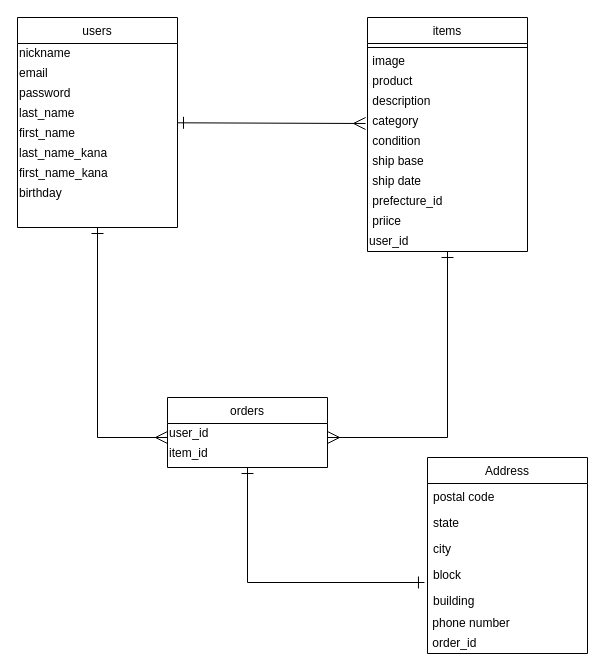
putaro1222/furima-35242 keeps this draw.io diagram as furima-35242.dio. Above is the earlier version. Source tidied: cells renumbered, new cells numbered last; positions are measured from the earlier drawing's top-left corner, leaving out a move shared by most shapes. Both pictures are drawn from the tidied source at 100%, with x=0, y=0 at pixel (17, 17).
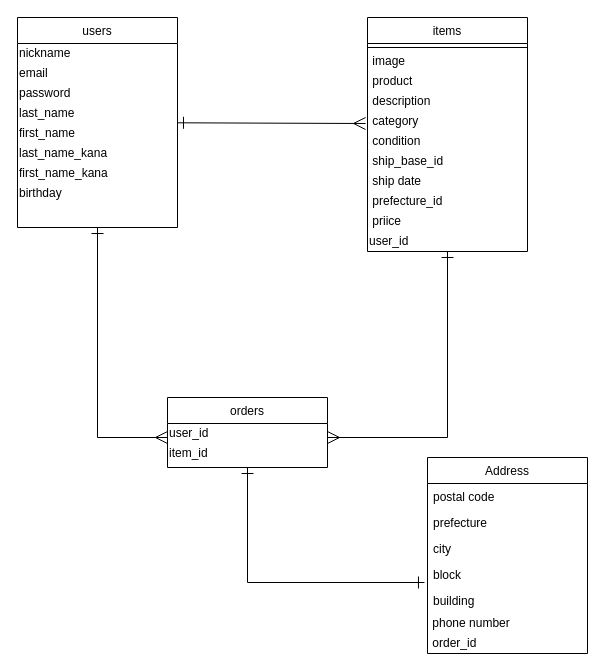
Above is the later version.

Commit message (it also covers changes not shown here):
ER図、READMEの再修正

The change refers to these unchanged cells:
```xml
<mxCell id="18" value="items" style="swimlane;fontStyle=0;align=center;verticalAlign=top;horizontal=1;startSize=26;rounded=0;shadow=0;strokeWidth=1;" parent="1" vertex="1">
  <mxGeometry x="350" width="160" height="234" as="geometry" />
</mxCell>
<mxCell id="30" value="Address" style="swimlane;fontStyle=0;align=center;verticalAlign=top;horizontal=1;startSize=26;rounded=0;shadow=0;strokeWidth=1;" parent="1" vertex="1">
  <mxGeometry x="410" y="440" width="160" height="196" as="geometry" />
</mxCell>
```

Change to the diagram source:
```diff
@@
-    <mxCell id="25" value="&amp;nbsp;ship base" style="text;html=1;align=left;verticalAlign=middle;fontFamily=Helvetica;" parent="18" vertex="1">
+    <mxCell id="25" value="&amp;nbsp;ship_base_id" style="text;html=1;align=left;verticalAlign=middle;fontFamily=Helvetica;" parent="18" vertex="1">
       <mxGeometry y="134" width="160" height="20" as="geometry" />
     </mxCell>
@@
-    <mxCell id="32" value="state" style="text;align=left;verticalAlign=top;spacingLeft=4;spacingRight=4;overflow=hidden;rounded=0;shadow=0;html=0;" parent="30" vertex="1">
+    <mxCell id="32" value="prefecture" style="text;align=left;verticalAlign=top;spacingLeft=4;spacingRight=4;overflow=hidden;rounded=0;shadow=0;html=0;" parent="30" vertex="1">
       <mxGeometry y="52" width="160" height="26" as="geometry" />
     </mxCell>
```
